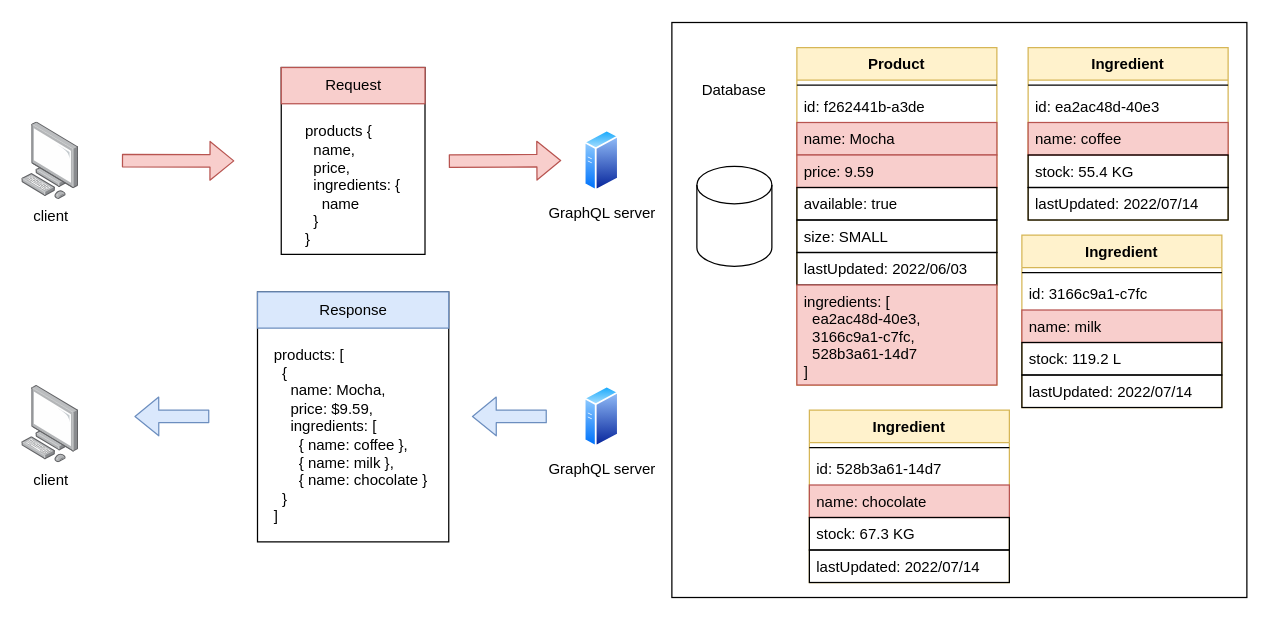
Before: page "8.2" (12 of 16) of ch08.drawio in abunuwas/microservices-apis-img, a draw.io diagram. Source tidied: cells renumbered, new cells numbered last; positions are measured from the earlier drawing's top-left corner, leaving out a move shared by most shapes. Both pictures are drawn from the tidied source at 125%, with x=0, y=0 at pixel (21, 21).
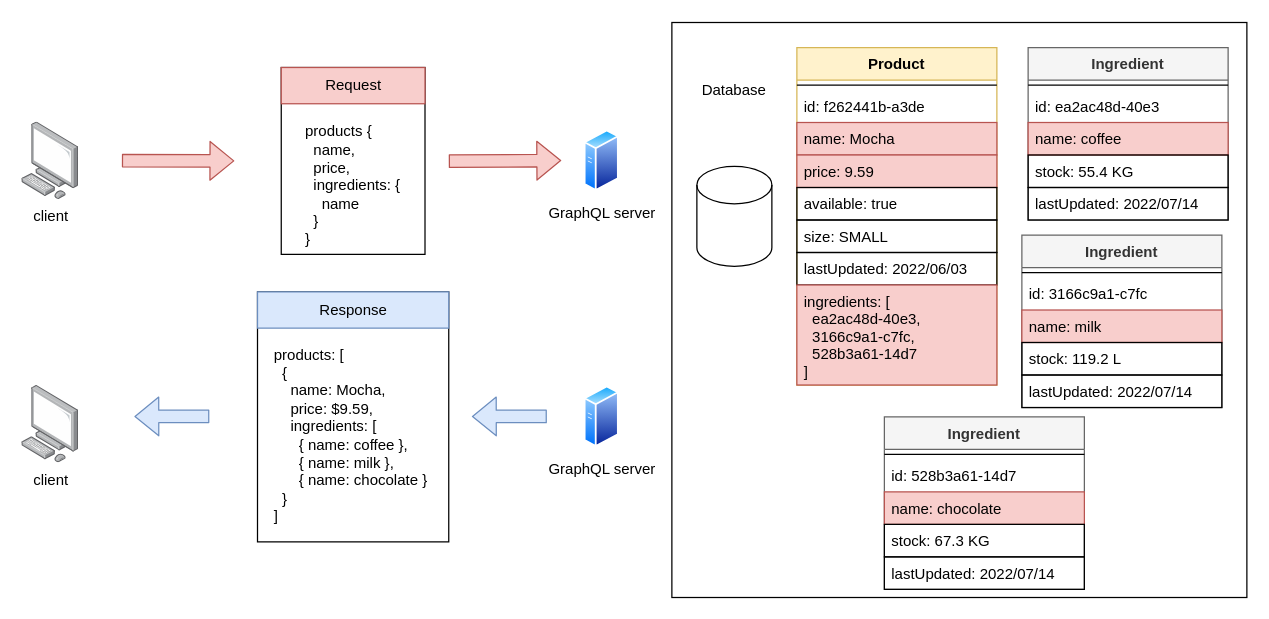
The same page after the edit.

Change to the diagram source:
```diff
@@
-    <mxCell id="3" value="Ingredient" style="swimlane;fontStyle=1;align=center;verticalAlign=top;horizontal=1;startSize=26;fillColor=#fff2cc;strokeColor=#d6b656;" parent="1" vertex="1">
+    <mxCell id="3" value="Ingredient" style="swimlane;fontStyle=1;align=center;verticalAlign=top;horizontal=1;startSize=26;fillColor=#f5f5f5;strokeColor=#666666;fontColor=#333333;" parent="1" vertex="1">
       <mxGeometry x="805" y="20.5" width="160" height="138" as="geometry" />
     </mxCell>
@@
-    <mxCell id="34" value="Ingredient" style="swimlane;fontStyle=1;align=center;verticalAlign=top;horizontal=1;startSize=26;fillColor=#fff2cc;strokeColor=#d6b656;" parent="1" vertex="1">
+    <mxCell id="34" value="Ingredient" style="swimlane;fontStyle=1;align=center;verticalAlign=top;horizontal=1;startSize=26;fillColor=#f5f5f5;strokeColor=#666666;fontColor=#333333;" parent="1" vertex="1">
       <mxGeometry x="800" y="170.5" width="160" height="138" as="geometry" />
     </mxCell>
@@
-    <mxCell id="40" value="Ingredient" style="swimlane;fontStyle=1;align=center;verticalAlign=top;horizontal=1;startSize=26;fillColor=#fff2cc;strokeColor=#d6b656;" parent="1" vertex="1">
-      <mxGeometry x="630" y="310.5" width="160" height="138" as="geometry" />
+    <mxCell id="40" value="Ingredient" style="swimlane;fontStyle=1;align=center;verticalAlign=top;horizontal=1;startSize=26;fillColor=#f5f5f5;strokeColor=#666666;fontColor=#333333;" parent="1" vertex="1">
+      <mxGeometry x="690" y="316" width="160" height="138" as="geometry" />
     </mxCell>
```
